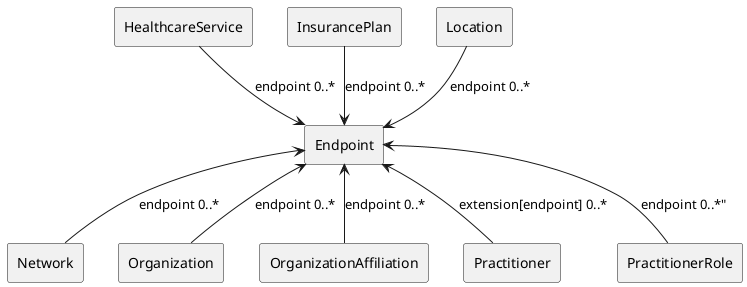
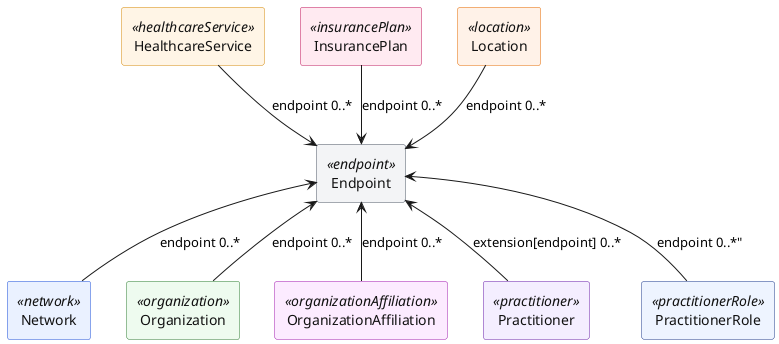
@startuml

- agent Endpoint as endpoint
- agent HealthcareService as healthcareService
- agent InsurancePlan as insurance
- agent Location as location
- agent Network as network
- agent Organization as organization
- agent OrganizationAffiliation as organizationaffiliation
- agent Practitioner as practitioner
- agent PractitionerRole as practitionerrole
+ skinparam agent {
+ 	FontColor #111111
+ 	BackgroundColor<<endpoint>> #F3F4F6
+ 	BorderColor<<endpoint>> #4B5563
+ 	BackgroundColor<<healthcareService>> #FFF5E6
+ 	BorderColor<<healthcareService>> #D48806
+ 	BackgroundColor<<insurancePlan>> #FFEAF1
+ 	BorderColor<<insurancePlan>> #BE185D
+ 	BackgroundColor<<location>> #FFF2E8
+ 	BorderColor<<location>> #E56A00
+ 	BackgroundColor<<network>> #EAF1FF
+ 	BorderColor<<network>> #1D4ED8
+ 	BackgroundColor<<organization>> #EEFBEF
+ 	BorderColor<<organization>> #2E7D32
+ 	BackgroundColor<<organizationAffiliation>> #FCEBFF
+ 	BorderColor<<organizationAffiliation>> #A21CAF
+ 	BackgroundColor<<practitioner>> #F4EEFF
+ 	BorderColor<<practitioner>> #6B21A8
+ 	BackgroundColor<<practitionerRole>> #EEF4FF
+ 	BorderColor<<practitionerRole>> #1E3A8A
+ }
+ 
+ agent Endpoint as endpoint <<endpoint>>
+ agent HealthcareService as healthcareService <<healthcareService>>
+ agent InsurancePlan as insurance <<insurancePlan>>
+ agent Location as location <<location>>
+ agent Network as network <<network>>
+ agent Organization as organization <<organization>>
+ agent OrganizationAffiliation as organizationaffiliation <<organizationAffiliation>>
+ agent Practitioner as practitioner <<practitioner>>
+ agent PractitionerRole as practitionerrole <<practitionerRole>>


healthcareService -down-> endpoint : "endpoint 0..*"
insurance -down-> endpoint : "endpoint 0..*"
location -down-> endpoint : "endpoint 0..*"
network -up-> endpoint : "endpoint 0..*"
organization -up-> endpoint : "endpoint 0..*"
organizationaffiliation -up-> endpoint : "endpoint 0..*"
practitioner -up-> endpoint : "extension[endpoint] 0..*"
practitionerrole -up-> endpoint : "endpoint 0..*" "

@enduml